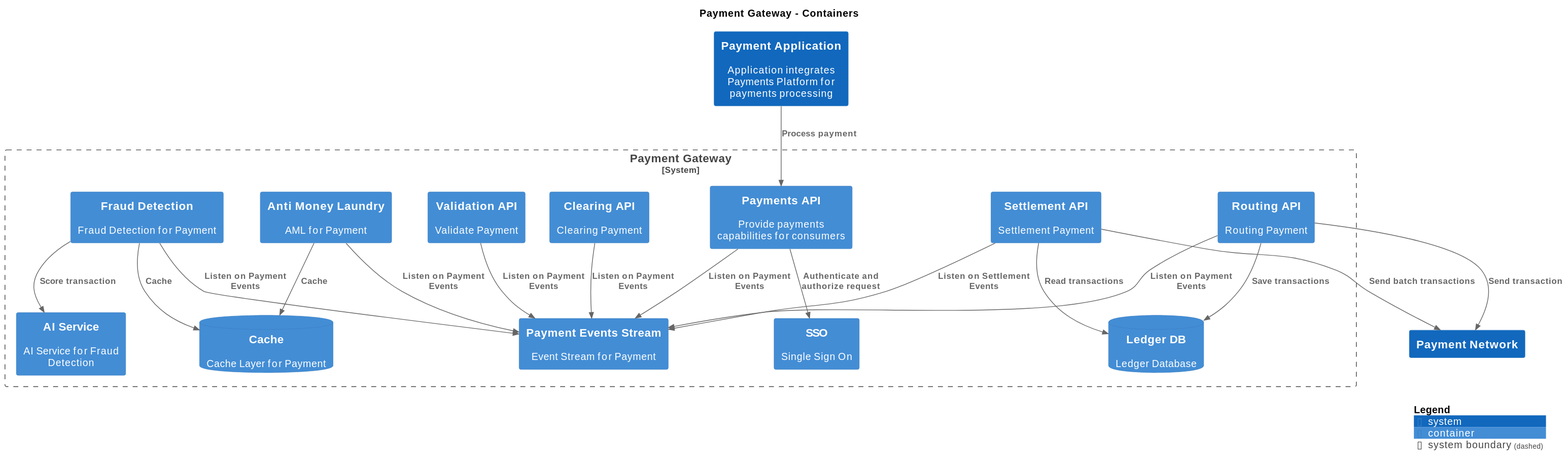
This is master/svg/Containers.svg from mmelnyk-godaddy/architecture-repository, a PlantUML export, as it was before one commit. Its source is kept beside it as master/puml/Containers.puml.
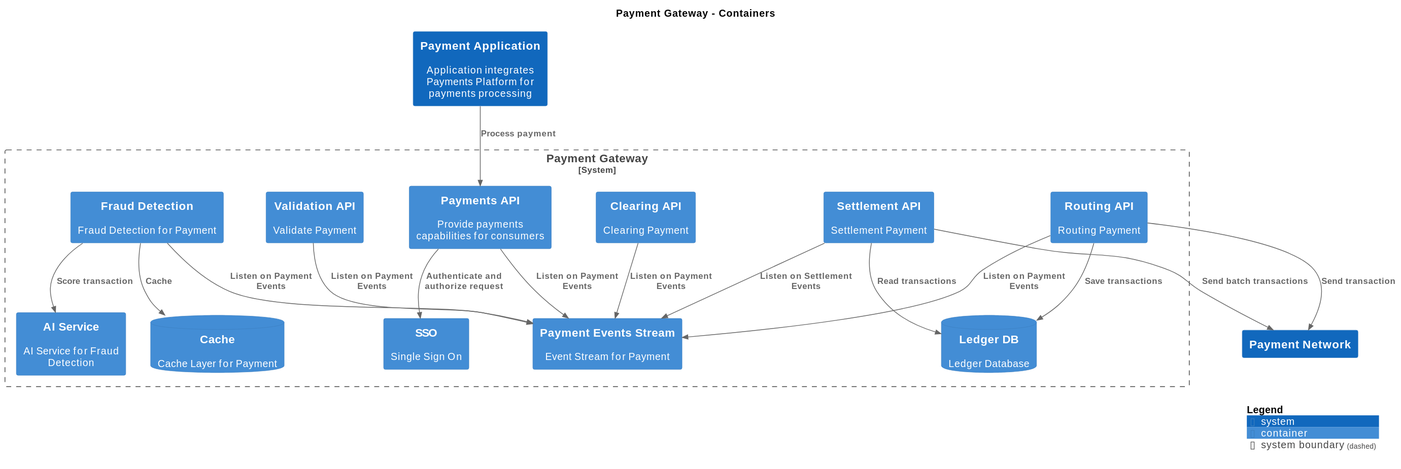
After the change.

Diff of the diagram source:
```diff
@@ -16,7 +16,6 @@
   Container(PaymentGateway.PaymentEventsStream, "Payment Events Stream", $techn="", $descr="Event Stream for Payment", $tags="", $link="")
   ContainerDb(PaymentGateway.Cache, "Cache", $techn="", $descr="Cache Layer for Payment", $tags="", $link="")
   Container(PaymentGateway.RoutingAPI, "Routing API", $techn="", $descr="Routing Payment", $tags="", $link="")
-  Container(PaymentGateway.AntiMoneyLaundry, "Anti Money Laundry", $techn="", $descr="AML for Payment", $tags="", $link="")
   Container(PaymentGateway.FraudDetection, "Fraud Detection", $techn="", $descr="Fraud Detection for Payment", $tags="", $link="")
   Container(PaymentGateway.SSO, "SSO", $techn="", $descr="Single Sign On", $tags="", $link="")
   Container(PaymentGateway.AIService, "AI Service", $techn="", $descr="AI Service for Fraud Detection", $tags="", $link="")
@@ -29,12 +28,10 @@
 Rel(PaymentGateway.PaymentsAPI, PaymentGateway.SSO, "Authenticate and authorize request", $techn="", $tags="", $link="")
 Rel(PaymentGateway.PaymentsAPI, PaymentGateway.PaymentEventsStream, "Listen on Payment Events", $techn="", $tags="", $link="")
 Rel(PaymentGateway.RoutingAPI, PaymentGateway.PaymentEventsStream, "Listen on Payment Events", $techn="", $tags="", $link="")
-Rel(PaymentGateway.AntiMoneyLaundry, PaymentGateway.PaymentEventsStream, "Listen on Payment Events", $techn="", $tags="", $link="")
 Rel(PaymentGateway.FraudDetection, PaymentGateway.PaymentEventsStream, "Listen on Payment Events", $techn="", $tags="", $link="")
 Rel(PaymentGateway.ClearingAPI, PaymentGateway.PaymentEventsStream, "Listen on Payment Events", $techn="", $tags="", $link="")
 Rel(PaymentGateway.SettlementAPI, PaymentGateway.PaymentEventsStream, "Listen on Settlement Events", $techn="", $tags="", $link="")
 Rel(PaymentGateway.ValidationAPI, PaymentGateway.PaymentEventsStream, "Listen on Payment Events", $techn="", $tags="", $link="")
-Rel(PaymentGateway.AntiMoneyLaundry, PaymentGateway.Cache, "Cache", $techn="", $tags="", $link="")
 Rel(PaymentGateway.FraudDetection, PaymentGateway.Cache, "Cache", $techn="", $tags="", $link="")
 Rel(PaymentGateway.FraudDetection, PaymentGateway.AIService, "Score transaction", $techn="", $tags="", $link="")
 Rel(PaymentGateway.SettlementAPI, PaymentGateway.LedgerDB, "Read transactions", $techn="", $tags="", $link="")
```
